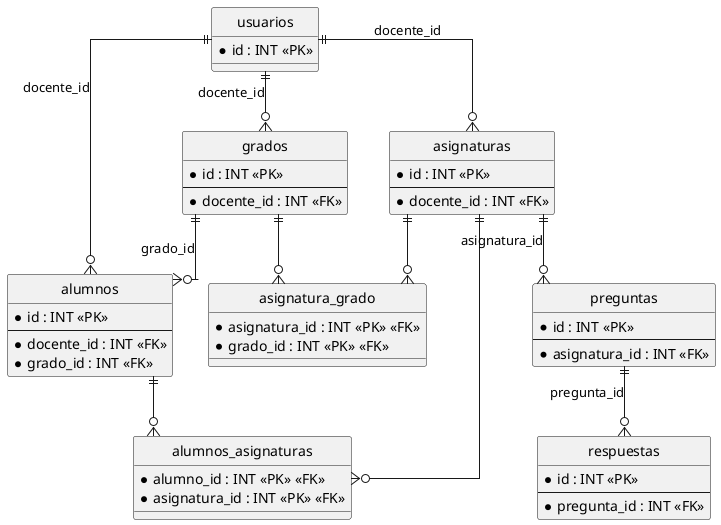
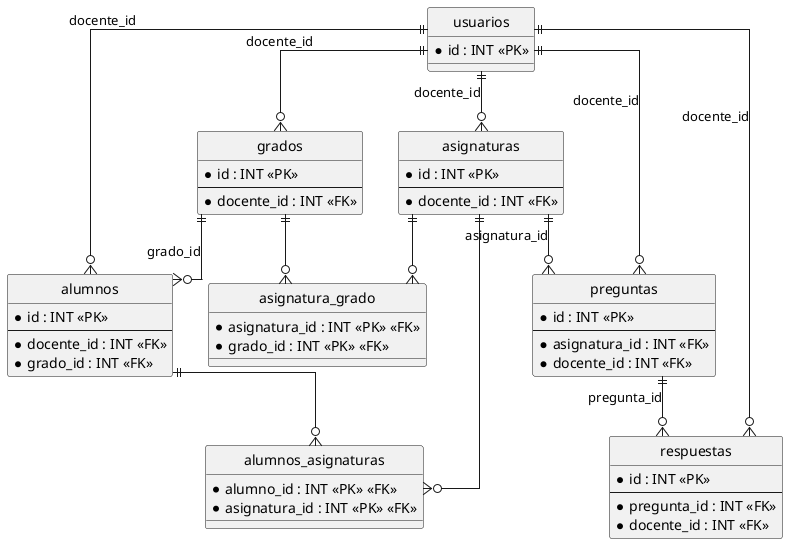
@startuml
' Configuración visual para parecer un diagrama ERD
hide circle
skinparam linetype ortho

entity "usuarios" as usuarios {
  * id : INT <<PK>>
}

entity "grados" as grados {
  * id : INT <<PK>>
  --
  * docente_id : INT <<FK>>
}

entity "alumnos" as alumnos {
  * id : INT <<PK>>
  --
  * docente_id : INT <<FK>>
  * grado_id : INT <<FK>>
}

entity "asignaturas" as asignaturas {
  * id : INT <<PK>>
  --
  * docente_id : INT <<FK>>
}

' Tabla intermedia para la relación Many-to-Many (Alumnos - Asignaturas)
entity "alumnos_asignaturas" as alumnos_asignaturas {
  * alumno_id : INT <<PK>> <<FK>>
  * asignatura_id : INT <<PK>> <<FK>>
}

' Nueva tabla intermedia para la relación Many-to-Many (Asignaturas - Grados)
entity "asignatura_grado" as asignatura_grado {
  * asignatura_id : INT <<PK>> <<FK>>
  * grado_id : INT <<PK>> <<FK>>
}

entity "preguntas" as preguntas {
  * id : INT <<PK>>
  --
  * asignatura_id : INT <<FK>>
+   * docente_id : INT <<FK>>
}

entity "respuestas" as respuestas {
  * id : INT <<PK>>
  --
  * pregunta_id : INT <<FK>>
+   * docente_id : INT <<FK>>
}

' Relaciones (Cardinalidades)
usuarios ||--o{ grados : "docente_id"
usuarios ||--o{ alumnos : "docente_id"
grados ||--o{ alumnos : "grado_id"

usuarios ||--o{ asignaturas : "docente_id"

' Relación Many-to-Many: Alumnos - Asignaturas
alumnos ||--o{ alumnos_asignaturas : ""
asignaturas ||--o{ alumnos_asignaturas : ""

' Nueva Relación Many-to-Many: Asignaturas - Grados
asignaturas ||--o{ asignatura_grado : ""
grados ||--o{ asignatura_grado : ""

asignaturas ||--o{ preguntas : "asignatura_id"
preguntas ||--o{ respuestas : "pregunta_id"

+ ' Nuevas relaciones a usuarios
+ usuarios ||--o{ preguntas : "docente_id"
+ usuarios ||--o{ respuestas : "docente_id"
+ 
@enduml